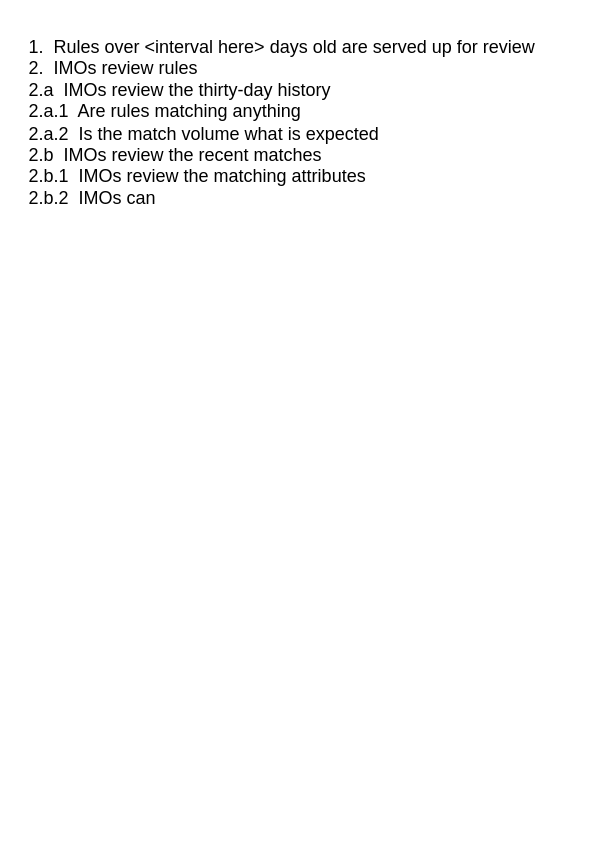
This is page "Workflow" (2 of 3) of Drawings/RulesEngine/RulesEngine.drawio from RMSLowside/rmslow, a draw.io file, before an edit. Source tidied: cells renumbered, new cells numbered last; positions are measured from the earlier drawing's top-left corner, leaving out a move shared by most shapes. Both pictures are drawn from the tidied source at 150%, with x=0, y=0 at pixel (26, 26).
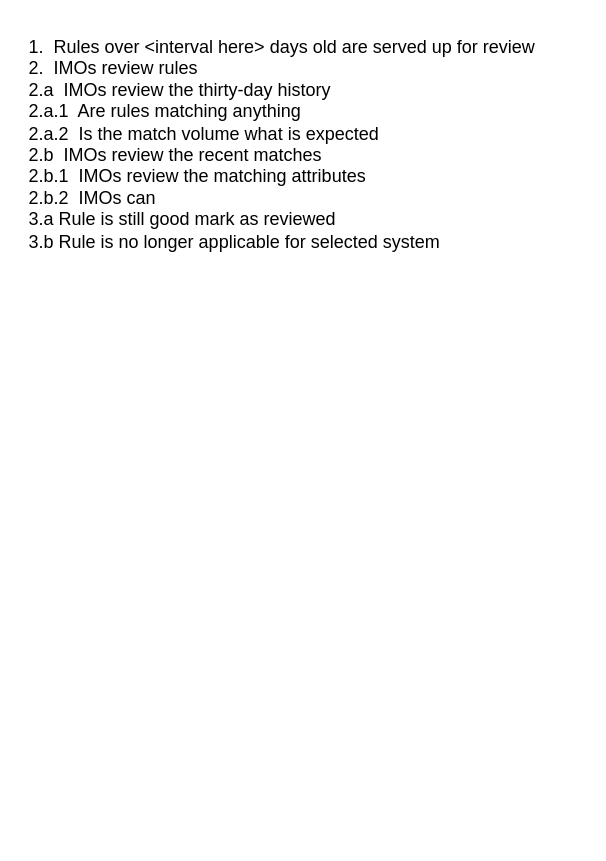
The same page after the edit.

What changed in the source:
```diff
@@
 <mxGraphModel>
   <root>
     <mxCell id="0" />
     <mxCell id="1" parent="0" />
-    <mxCell id="2" value="1.&amp;nbsp; Rules over &amp;lt;interval here&amp;gt; days old are served up for review&lt;br&gt;2.&amp;nbsp; IMOs review rules&lt;br&gt;2.a&amp;nbsp; IMOs review the thirty-day history&lt;br&gt;2.a.1&amp;nbsp; Are rules matching anything&lt;br&gt;2.a.2&amp;nbsp; Is the match volume what is expected&lt;br&gt;2.b&amp;nbsp; IMOs review the recent matches&lt;br&gt;2.b.1&amp;nbsp; IMOs review the matching attributes&amp;nbsp;&lt;br&gt;2.b.2&amp;nbsp; IMOs can&amp;nbsp;" style="text;html=1;strokeColor=none;fillColor=none;align=left;verticalAlign=top;whiteSpace=wrap;rounded=0;" parent="1" vertex="1">
+    <mxCell id="2" value="1.&amp;nbsp; Rules over &amp;lt;interval here&amp;gt; days old are served up for review&lt;br&gt;2.&amp;nbsp; IMOs review rules&lt;br&gt;2.a&amp;nbsp; IMOs review the thirty-day history&lt;br&gt;2.a.1&amp;nbsp; Are rules matching anything&lt;br&gt;2.a.2&amp;nbsp; Is the match volume what is expected&lt;br&gt;2.b&amp;nbsp; IMOs review the recent matches&lt;br&gt;2.b.1&amp;nbsp; IMOs review the matching attributes&amp;nbsp;&lt;br&gt;2.b.2&amp;nbsp; IMOs can&amp;nbsp;&lt;br&gt;3.a Rule is still good mark as reviewed&lt;br&gt;3.b Rule is no longer applicable for selected system" style="text;html=1;strokeColor=none;fillColor=none;align=left;verticalAlign=top;whiteSpace=wrap;rounded=0;" parent="1" vertex="1">
       <mxGeometry width="370" height="540" as="geometry" />
     </mxCell>
   </root>
 </mxGraphModel>
```
